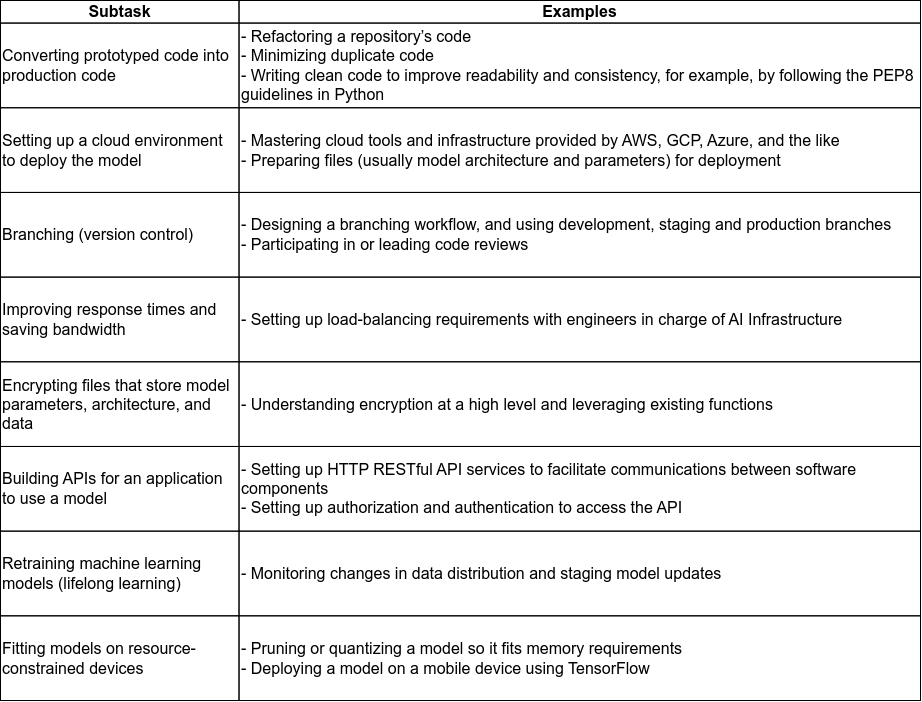
ryndovaira-org/data_science_lectures keeps this draw.io diagram as diagrams/tasks_deployment.drawio.png. Above is the earlier version. Source tidied: cells renumbered, new cells last; positions are measured from the earlier drawing's top-left corner, leaving out a move shared by most shapes.
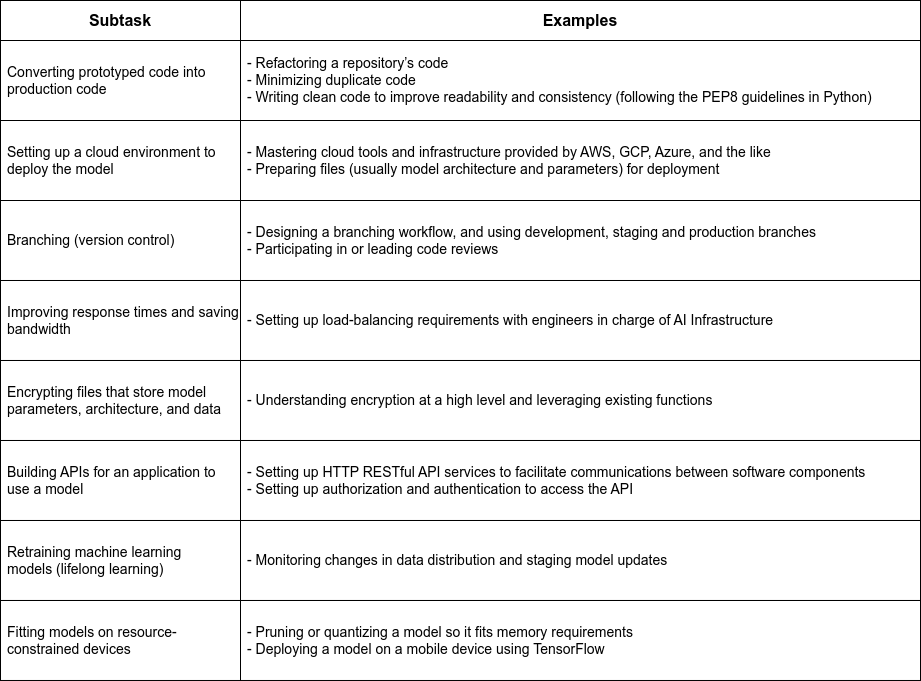
Above is the later version.

Change to the diagram source:
```diff
@@ -2,62 +2,59 @@
   <root>
     <mxCell id="0" />
     <mxCell id="1" parent="0" />
-    <mxCell id="2" style="group;fontSize=16;" parent="1" vertex="1">
-      <mxGeometry width="920" height="700" as="geometry" />
-    </mxCell>
-    <mxCell id="3" value="&lt;font style=&quot;font-size: 16px;&quot;&gt;Subtask&lt;/font&gt;" style="rounded=0;whiteSpace=wrap;html=1;fillColor=none;fontSize=16;fontStyle=1;" parent="2" vertex="1">
-      <mxGeometry width="238.5" height="22.6" as="geometry" />
+    <mxCell id="3" value="&lt;font style=&quot;font-size: 16px;&quot;&gt;Subtask&lt;/font&gt;" style="rounded=0;whiteSpace=wrap;html=1;fillColor=none;fontSize=16;fontStyle=1;" parent="1" vertex="1">
+      <mxGeometry width="240" height="40" as="geometry" />
     </mxCell>
-    <mxCell id="4" value="&lt;font style=&quot;font-size: 16px;&quot;&gt;Examples&lt;/font&gt;" style="rounded=0;whiteSpace=wrap;html=1;fillColor=none;fontSize=16;fontStyle=1;" parent="2" vertex="1">
-      <mxGeometry x="238.5" width="681.5" height="22.6" as="geometry" />
+    <mxCell id="4" value="&lt;font style=&quot;font-size: 16px;&quot;&gt;Examples&lt;/font&gt;" style="rounded=0;whiteSpace=wrap;html=1;fillColor=none;fontSize=16;fontStyle=1;" parent="1" vertex="1">
+      <mxGeometry x="240" width="680" height="40" as="geometry" />
     </mxCell>
-    <mxCell id="5" value="&lt;div style=&quot;font-size: 16px;&quot;&gt;&lt;div style=&quot;font-size: 16px;&quot;&gt;Converting prototyped code&amp;nbsp;&lt;span style=&quot;background-color: initial; font-size: 16px;&quot;&gt;into production code&lt;/span&gt;&lt;/div&gt;&lt;/div&gt;" style="rounded=0;whiteSpace=wrap;html=1;align=left;fontSize=16;fillColor=none;" parent="2" vertex="1">
-      <mxGeometry y="22.6" width="238.5" height="84.7" as="geometry" />
+    <mxCell id="5" value="&lt;div style=&quot;font-size: 14px;&quot;&gt;&lt;div style=&quot;font-size: 14px;&quot;&gt;Converting prototyped code&amp;nbsp;&lt;span style=&quot;background-color: initial; font-size: 14px;&quot;&gt;into production code&lt;/span&gt;&lt;/div&gt;&lt;/div&gt;" style="rounded=0;whiteSpace=wrap;html=1;align=left;fontSize=14;fillColor=none;spacingLeft=5;" parent="1" vertex="1">
+      <mxGeometry y="40" width="240" height="80" as="geometry" />
     </mxCell>
-    <mxCell id="6" value="- Refactoring a repository’s code&lt;br style=&quot;font-size: 16px;&quot;&gt;- Minimizing duplicate code&lt;br style=&quot;font-size: 16px;&quot;&gt;&lt;div style=&quot;font-size: 16px;&quot;&gt;- Writing clean code to improve readability and consistency, for example,&amp;nbsp;&lt;span style=&quot;background-color: initial; font-size: 16px;&quot;&gt;by following the PEP8 guidelines in Python&lt;/span&gt;&lt;/div&gt;" style="rounded=0;whiteSpace=wrap;html=1;align=left;fontSize=16;fillColor=none;" parent="2" vertex="1">
-      <mxGeometry x="238.5" y="22.6" width="681.5" height="84.7" as="geometry" />
+    <mxCell id="6" value="- Refactoring a repository’s code&lt;br style=&quot;font-size: 14px;&quot;&gt;- Minimizing duplicate code&lt;br style=&quot;font-size: 14px;&quot;&gt;&lt;div style=&quot;font-size: 14px;&quot;&gt;- Writing clean code to improve readability and consistency (&lt;span style=&quot;background-color: initial; font-size: 14px;&quot;&gt;following the PEP8 guidelines in Python)&lt;/span&gt;&lt;/div&gt;" style="rounded=0;whiteSpace=wrap;html=1;align=left;fontSize=14;fillColor=none;spacingLeft=5;" parent="1" vertex="1">
+      <mxGeometry x="240" y="40" width="680" height="80" as="geometry" />
     </mxCell>
-    <mxCell id="7" value="&lt;div style=&quot;font-size: 16px;&quot;&gt;&lt;div style=&quot;font-size: 16px;&quot;&gt;Setting up a cloud environ&lt;span style=&quot;background-color: initial; font-size: 16px;&quot;&gt;ment to deploy the model&lt;/span&gt;&lt;/div&gt;&lt;/div&gt;" style="rounded=0;html=1;fontSize=16;align=left;labelBackgroundColor=none;fillColor=none;whiteSpace=wrap;" parent="2" vertex="1">
-      <mxGeometry y="107.3" width="238.5" height="84.7" as="geometry" />
+    <mxCell id="7" value="&lt;div style=&quot;font-size: 14px;&quot;&gt;&lt;div style=&quot;font-size: 14px;&quot;&gt;Setting up a cloud environ&lt;span style=&quot;background-color: initial; font-size: 14px;&quot;&gt;ment to deploy the model&lt;/span&gt;&lt;/div&gt;&lt;/div&gt;" style="rounded=0;html=1;fontSize=14;align=left;labelBackgroundColor=none;fillColor=none;whiteSpace=wrap;spacingLeft=5;" parent="1" vertex="1">
+      <mxGeometry y="120" width="240" height="80" as="geometry" />
     </mxCell>
-    <mxCell id="8" value="&lt;div style=&quot;font-size: 16px;&quot;&gt;- Mastering cloud tools and infrastructure provided by AWS, GCP, Azure,&amp;nbsp;&lt;span style=&quot;background-color: initial; font-size: 16px;&quot;&gt;and the like&lt;/span&gt;&lt;/div&gt;&lt;div style=&quot;font-size: 16px;&quot;&gt;- Preparing files (usually model architecture and parameters) for deployment&lt;/div&gt;" style="rounded=0;html=1;fontSize=16;align=left;labelBackgroundColor=none;fillColor=none;whiteSpace=wrap;" parent="2" vertex="1">
-      <mxGeometry x="238.5" y="107.3" width="681.5" height="84.7" as="geometry" />
+    <mxCell id="8" value="&lt;div style=&quot;font-size: 14px;&quot;&gt;- Mastering cloud tools and infrastructure provided by AWS, GCP, Azure,&amp;nbsp;&lt;span style=&quot;background-color: initial; font-size: 14px;&quot;&gt;and the like&lt;/span&gt;&lt;/div&gt;&lt;div style=&quot;font-size: 14px;&quot;&gt;- Preparing files (usually model architecture and parameters) for deployment&lt;/div&gt;" style="rounded=0;html=1;fontSize=14;align=left;labelBackgroundColor=none;fillColor=none;whiteSpace=wrap;spacingLeft=5;" parent="1" vertex="1">
+      <mxGeometry x="240" y="120" width="680" height="80" as="geometry" />
     </mxCell>
-    <mxCell id="9" value="Branching (version control)" style="rounded=0;html=1;fontSize=16;align=left;labelBackgroundColor=none;fillColor=none;whiteSpace=wrap;" parent="2" vertex="1">
-      <mxGeometry y="191.9" width="238.5" height="84.7" as="geometry" />
+    <mxCell id="9" value="Branching (version control)" style="rounded=0;html=1;fontSize=14;align=left;labelBackgroundColor=none;fillColor=none;whiteSpace=wrap;spacingLeft=5;" parent="1" vertex="1">
+      <mxGeometry y="200" width="240" height="80" as="geometry" />
     </mxCell>
-    <mxCell id="10" value="&lt;div style=&quot;font-size: 16px;&quot;&gt;- Designing a branching workflow, and using development, staging and&amp;nbsp;&lt;span style=&quot;background-color: initial; font-size: 16px;&quot;&gt;production branches&lt;/span&gt;&lt;/div&gt;&lt;div style=&quot;font-size: 16px;&quot;&gt;- Participating in or leading code reviews&lt;/div&gt;" style="rounded=0;html=1;fontSize=16;align=left;labelBackgroundColor=none;fillColor=none;whiteSpace=wrap;" parent="2" vertex="1">
-      <mxGeometry x="238.5" y="191.9" width="681.5" height="84.7" as="geometry" />
+    <mxCell id="10" value="&lt;div style=&quot;font-size: 14px;&quot;&gt;- Designing a branching workflow, and using development, staging and&amp;nbsp;&lt;span style=&quot;background-color: initial; font-size: 14px;&quot;&gt;production branches&lt;/span&gt;&lt;/div&gt;&lt;div style=&quot;font-size: 14px;&quot;&gt;- Participating in or leading code reviews&lt;/div&gt;" style="rounded=0;html=1;fontSize=14;align=left;labelBackgroundColor=none;fillColor=none;whiteSpace=wrap;spacingLeft=5;" parent="1" vertex="1">
+      <mxGeometry x="240" y="200" width="680" height="80" as="geometry" />
     </mxCell>
-    <mxCell id="11" value="&lt;div style=&quot;font-size: 16px;&quot;&gt;Improving response times&amp;nbsp;&lt;span style=&quot;background-color: initial; font-size: 16px;&quot;&gt;and saving bandwidth&lt;/span&gt;&lt;/div&gt;" style="rounded=0;html=1;fontSize=16;align=left;labelBackgroundColor=none;fillColor=none;whiteSpace=wrap;" parent="2" vertex="1">
-      <mxGeometry y="276.6" width="238.5" height="84.7" as="geometry" />
+    <mxCell id="11" value="&lt;div style=&quot;font-size: 14px;&quot;&gt;Improving response times&amp;nbsp;&lt;span style=&quot;background-color: initial; font-size: 14px;&quot;&gt;and saving bandwidth&lt;/span&gt;&lt;/div&gt;" style="rounded=0;html=1;fontSize=14;align=left;labelBackgroundColor=none;fillColor=none;whiteSpace=wrap;spacingLeft=5;" parent="1" vertex="1">
+      <mxGeometry y="280" width="240" height="80" as="geometry" />
     </mxCell>
-    <mxCell id="12" value="&lt;div style=&quot;font-size: 16px;&quot;&gt;- Setting up load-balancing requirements with engineers in charge of AI&amp;nbsp;&lt;span style=&quot;background-color: initial; font-size: 16px;&quot;&gt;Infrastructure&lt;/span&gt;&lt;/div&gt;" style="rounded=0;html=1;fontSize=16;align=left;labelBackgroundColor=none;fillColor=none;whiteSpace=wrap;" parent="2" vertex="1">
-      <mxGeometry x="238.5" y="276.6" width="681.5" height="84.7" as="geometry" />
+    <mxCell id="12" value="&lt;div style=&quot;font-size: 14px;&quot;&gt;- Setting up load-balancing requirements with engineers in charge of AI&amp;nbsp;&lt;span style=&quot;background-color: initial; font-size: 14px;&quot;&gt;Infrastructure&lt;/span&gt;&lt;/div&gt;" style="rounded=0;html=1;fontSize=14;align=left;labelBackgroundColor=none;fillColor=none;whiteSpace=wrap;spacingLeft=5;" parent="1" vertex="1">
+      <mxGeometry x="240" y="280" width="680" height="80" as="geometry" />
     </mxCell>
-    <mxCell id="13" value="&lt;div style=&quot;font-size: 16px;&quot;&gt;Encrypting files that store&amp;nbsp;&lt;span style=&quot;background-color: initial; font-size: 16px;&quot;&gt;model parameters, architec&lt;/span&gt;&lt;span style=&quot;background-color: initial; font-size: 16px;&quot;&gt;ture, and data&lt;/span&gt;&lt;/div&gt;" style="rounded=0;html=1;fontSize=16;align=left;labelBackgroundColor=none;fillColor=none;whiteSpace=wrap;" parent="2" vertex="1">
-      <mxGeometry y="361.3" width="238.5" height="84.7" as="geometry" />
+    <mxCell id="13" value="&lt;div style=&quot;font-size: 14px;&quot;&gt;Encrypting files that store&amp;nbsp;&lt;span style=&quot;background-color: initial; font-size: 14px;&quot;&gt;model parameters, architec&lt;/span&gt;&lt;span style=&quot;background-color: initial; font-size: 14px;&quot;&gt;ture, and data&lt;/span&gt;&lt;/div&gt;" style="rounded=0;html=1;fontSize=14;align=left;labelBackgroundColor=none;fillColor=none;whiteSpace=wrap;spacingLeft=5;" parent="1" vertex="1">
+      <mxGeometry y="360" width="240" height="80" as="geometry" />
     </mxCell>
-    <mxCell id="14" value="- Understanding encryption at a high level and leveraging existing functions" style="rounded=0;html=1;fontSize=16;align=left;labelBackgroundColor=none;fillColor=none;whiteSpace=wrap;" parent="2" vertex="1">
-      <mxGeometry x="238.5" y="361.3" width="681.5" height="84.7" as="geometry" />
+    <mxCell id="14" value="- Understanding encryption at a high level and leveraging existing functions" style="rounded=0;html=1;fontSize=14;align=left;labelBackgroundColor=none;fillColor=none;whiteSpace=wrap;spacingLeft=5;" parent="1" vertex="1">
+      <mxGeometry x="240" y="360" width="680" height="80" as="geometry" />
     </mxCell>
-    <mxCell id="15" value="&lt;div style=&quot;font-size: 16px;&quot;&gt;Building APIs for an&amp;nbsp;&lt;span style=&quot;background-color: initial; font-size: 16px;&quot;&gt;application to use a model&lt;/span&gt;&lt;/div&gt;" style="rounded=0;html=1;fontSize=16;align=left;labelBackgroundColor=none;fillColor=none;whiteSpace=wrap;" parent="2" vertex="1">
-      <mxGeometry y="446" width="238.5" height="84.7" as="geometry" />
+    <mxCell id="15" value="&lt;div style=&quot;font-size: 14px;&quot;&gt;Building APIs for an&amp;nbsp;&lt;span style=&quot;background-color: initial; font-size: 14px;&quot;&gt;application to use a model&lt;/span&gt;&lt;/div&gt;" style="rounded=0;html=1;fontSize=14;align=left;labelBackgroundColor=none;fillColor=none;whiteSpace=wrap;spacingLeft=5;" parent="1" vertex="1">
+      <mxGeometry y="440" width="240" height="80" as="geometry" />
     </mxCell>
-    <mxCell id="16" value="&lt;div style=&quot;font-size: 16px;&quot;&gt;- Setting up HTTP RESTful API services to facilitate communications&amp;nbsp;&lt;span style=&quot;background-color: initial; font-size: 16px;&quot;&gt;between software components&lt;/span&gt;&lt;/div&gt;&lt;div style=&quot;font-size: 16px;&quot;&gt;- Setting up authorization and authentication to access the API&lt;/div&gt;" style="rounded=0;html=1;fontSize=16;align=left;labelBackgroundColor=none;fillColor=none;whiteSpace=wrap;" parent="2" vertex="1">
-      <mxGeometry x="238.5" y="446" width="681.5" height="84.7" as="geometry" />
+    <mxCell id="16" value="&lt;div style=&quot;font-size: 14px;&quot;&gt;- Setting up HTTP RESTful API services to facilitate communications&amp;nbsp;&lt;span style=&quot;background-color: initial; font-size: 14px;&quot;&gt;between software components&lt;/span&gt;&lt;/div&gt;&lt;div style=&quot;font-size: 14px;&quot;&gt;- Setting up authorization and authentication to access the API&lt;/div&gt;" style="rounded=0;html=1;fontSize=14;align=left;labelBackgroundColor=none;fillColor=none;whiteSpace=wrap;spacingLeft=5;" parent="1" vertex="1">
+      <mxGeometry x="240" y="440" width="680" height="80" as="geometry" />
     </mxCell>
-    <mxCell id="17" value="&lt;div style=&quot;font-size: 16px;&quot;&gt;Retraining&amp;nbsp;&lt;span style=&quot;background-color: initial; font-size: 16px;&quot;&gt;machine learning models&amp;nbsp;&lt;/span&gt;&lt;span style=&quot;background-color: initial; font-size: 16px;&quot;&gt;(lifelong learning)&lt;/span&gt;&lt;/div&gt;" style="rounded=0;html=1;fontSize=16;align=left;labelBackgroundColor=none;fillColor=none;whiteSpace=wrap;" parent="2" vertex="1">
-      <mxGeometry y="530.6" width="238.5" height="84.7" as="geometry" />
+    <mxCell id="17" value="&lt;div style=&quot;font-size: 14px;&quot;&gt;Retraining&amp;nbsp;&lt;span style=&quot;background-color: initial; font-size: 14px;&quot;&gt;machine learning models&amp;nbsp;&lt;/span&gt;&lt;span style=&quot;background-color: initial; font-size: 14px;&quot;&gt;(lifelong learning)&lt;/span&gt;&lt;/div&gt;" style="rounded=0;html=1;fontSize=14;align=left;labelBackgroundColor=none;fillColor=none;whiteSpace=wrap;spacingLeft=5;" parent="1" vertex="1">
+      <mxGeometry y="520" width="240" height="80" as="geometry" />
     </mxCell>
-    <mxCell id="18" value="- Monitoring changes in data distribution and staging model updates" style="rounded=0;html=1;fontSize=16;align=left;labelBackgroundColor=none;fillColor=none;whiteSpace=wrap;" parent="2" vertex="1">
-      <mxGeometry x="238.5" y="530.6" width="681.5" height="84.7" as="geometry" />
+    <mxCell id="18" value="- Monitoring changes in data distribution and staging model updates" style="rounded=0;html=1;fontSize=14;align=left;labelBackgroundColor=none;fillColor=none;whiteSpace=wrap;spacingLeft=5;" parent="1" vertex="1">
+      <mxGeometry x="240" y="520" width="680" height="80" as="geometry" />
     </mxCell>
-    <mxCell id="19" value="&lt;div style=&quot;font-size: 16px;&quot;&gt;Fitting models&amp;nbsp;&lt;span style=&quot;background-color: initial; font-size: 16px;&quot;&gt;on resource-&lt;/span&gt;&lt;span style=&quot;background-color: initial; font-size: 16px;&quot;&gt;constrained devices&lt;/span&gt;&lt;/div&gt;" style="rounded=0;html=1;fontSize=16;align=left;labelBackgroundColor=none;fillColor=none;whiteSpace=wrap;" parent="2" vertex="1">
-      <mxGeometry y="615.3" width="238.5" height="84.7" as="geometry" />
+    <mxCell id="19" value="&lt;div style=&quot;font-size: 14px;&quot;&gt;Fitting models&amp;nbsp;&lt;span style=&quot;background-color: initial; font-size: 14px;&quot;&gt;on resource-&lt;/span&gt;&lt;span style=&quot;background-color: initial; font-size: 14px;&quot;&gt;constrained devices&lt;/span&gt;&lt;/div&gt;" style="rounded=0;html=1;fontSize=14;align=left;labelBackgroundColor=none;fillColor=none;whiteSpace=wrap;spacingLeft=5;" parent="1" vertex="1">
+      <mxGeometry y="600" width="240" height="80" as="geometry" />
     </mxCell>
-    <mxCell id="20" value="&lt;div style=&quot;font-size: 16px;&quot;&gt;- Pruning or quantizing a model so it fits memory requirements&lt;/div&gt;&lt;div style=&quot;font-size: 16px;&quot;&gt;- Deploying a model on a mobile device using TensorFlow&lt;/div&gt;" style="rounded=0;html=1;fontSize=16;align=left;labelBackgroundColor=none;fillColor=none;whiteSpace=wrap;" parent="2" vertex="1">
-      <mxGeometry x="238.5" y="615.3" width="681.5" height="84.7" as="geometry" />
+    <mxCell id="20" value="&lt;div style=&quot;font-size: 14px;&quot;&gt;- Pruning or quantizing a model so it fits memory requirements&lt;/div&gt;&lt;div style=&quot;font-size: 14px;&quot;&gt;- Deploying a model on a mobile device using TensorFlow&lt;/div&gt;" style="rounded=0;html=1;fontSize=14;align=left;labelBackgroundColor=none;fillColor=none;whiteSpace=wrap;spacingLeft=5;" parent="1" vertex="1">
+      <mxGeometry x="240" y="600" width="680" height="80" as="geometry" />
     </mxCell>
   </root>
 </mxGraphModel>
```
